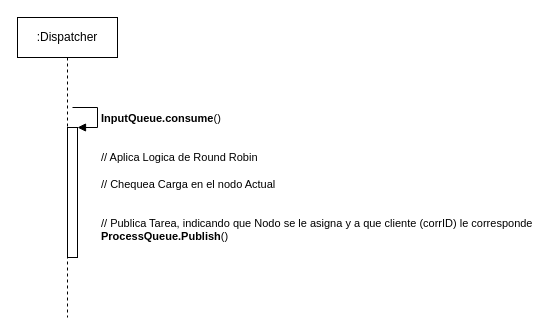
mrgrassho/41409-Practicas keeps this draw.io diagram as page "dc2" (3 of 4) of Practico2/images/punto3-diagramas.drawio. Above is the earlier version. Source tidied: cells renumbered, new cells numbered last; positions are measured from the earlier drawing's top-left corner, leaving out a move shared by most shapes. Both pictures are drawn from the tidied source at 100%, with x=0, y=0 at pixel (17, 17).
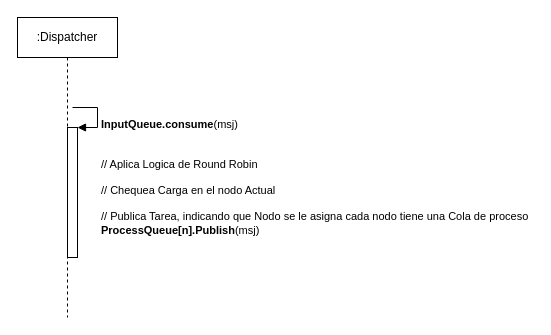
The same diagram, later.

The edit, as a diff of the source:
```diff
@@
 <mxGraphModel>
   <root>
     <mxCell id="0" />
     <mxCell id="1" parent="0" />
     <mxCell id="2" value=":Dispatcher" style="shape=umlLifeline;perimeter=lifelinePerimeter;whiteSpace=wrap;html=1;" parent="1" vertex="1">
       <mxGeometry width="100" height="300" as="geometry" />
     </mxCell>
     <mxCell id="3" style="html=1;points=[];perimeter=orthogonalPerimeter;" parent="2" vertex="1">
       <mxGeometry x="50" y="110" width="10" height="130" as="geometry" />
     </mxCell>
-    <mxCell id="4" value="&lt;b&gt;InputQueue.consume&lt;/b&gt;()&lt;br&gt;&lt;br&gt;&lt;br&gt;// Aplica Logica de Round Robin&lt;br&gt;&lt;br&gt;// Chequea Carga en el nodo Actual&lt;br&gt;&lt;br&gt;&lt;br&gt;// Publica Tarea, indicando que Nodo se le asigna y a que cliente (corrID) le corresponde&lt;br&gt;&lt;b&gt;ProcessQueue.Publish&lt;/b&gt;()&lt;br&gt;" style="edgeStyle=orthogonalEdgeStyle;html=1;align=left;spacingLeft=2;endArrow=block;rounded=0;entryX=1;entryY=0;" parent="2" edge="1" target="3">
+    <mxCell id="4" value="&lt;b&gt;InputQueue.consume&lt;/b&gt;(msj)&lt;br&gt;&lt;br&gt;&lt;br&gt;// Aplica Logica de Round Robin&lt;br&gt;&lt;br&gt;// Chequea Carga en el nodo Actual&lt;br&gt;&lt;br&gt;// Publica Tarea, indicando que Nodo se le asigna cada nodo tiene una Cola de proceso&lt;br&gt;&lt;b&gt;ProcessQueue[n].Publish&lt;/b&gt;(msj)&lt;br&gt;" style="edgeStyle=orthogonalEdgeStyle;html=1;align=left;spacingLeft=2;endArrow=block;rounded=0;entryX=1;entryY=0;" parent="2" edge="1" target="3">
       <mxGeometry x="0.38" y="50" relative="1" as="geometry">
         <mxPoint x="55" y="90" as="sourcePoint" />
         <Array as="points">
           <mxPoint x="80" y="90" />
         </Array>
       </mxGeometry>
     </mxCell>
   </root>
 </mxGraphModel>
```
